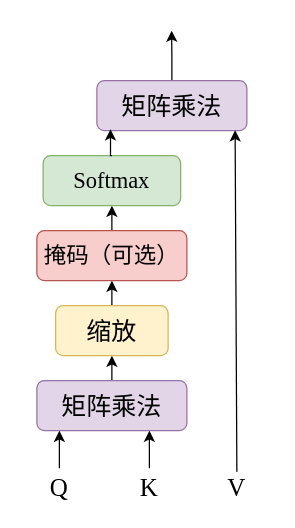
JMYok/wx_crossLearn keeps this draw.io diagram as 缩放点积注意力.drawio. Above is the earlier version. Source tidied: cells renumbered, new cells numbered last; positions are measured from the earlier drawing's top-left corner, leaving out a move shared by most shapes. Both pictures are drawn from the tidied source at 125%, with x=0, y=0 at pixel (21, 30).
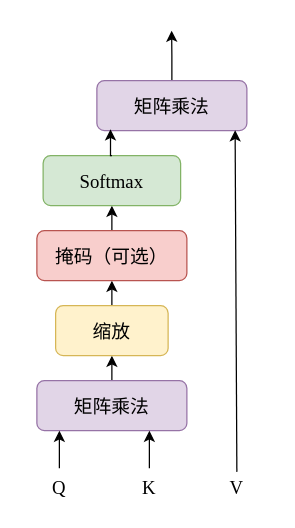
The same page after the edit.

Commit message (it also covers changes not shown here):
Update 缩放点积注意力.drawio

The edit, as a diff of the source:
```diff
@@
-    <mxCell id="3" value="矩阵乘法" style="rounded=1;whiteSpace=wrap;html=1;fontSize=20;fillColor=#e1d5e7;strokeColor=#9673a6;fontFamily=SimSun;" parent="1" vertex="1">
+    <mxCell id="3" value="矩阵乘法" style="rounded=1;whiteSpace=wrap;html=1;fontSize=15;fillColor=#e1d5e7;strokeColor=#9673a6;fontFamily=SimSun;" parent="1" vertex="1">
       <mxGeometry x="12" y="280" width="120" height="40" as="geometry" />
     </mxCell>
@@
-    <mxCell id="5" value="缩放" style="rounded=1;whiteSpace=wrap;html=1;fontSize=20;fillColor=#fff2cc;strokeColor=#d6b656;fontFamily=SimSun;" parent="1" vertex="1">
+    <mxCell id="5" value="缩放" style="rounded=1;whiteSpace=wrap;html=1;fontSize=15;fillColor=#fff2cc;strokeColor=#d6b656;fontFamily=SimSun;" parent="1" vertex="1">
       <mxGeometry x="27" y="220" width="90" height="40" as="geometry" />
     </mxCell>
@@
-    <mxCell id="7" value="掩码（可选）" style="rounded=1;whiteSpace=wrap;html=1;fontSize=18;fillColor=#f8cecc;strokeColor=#b85450;fontFamily=SimSun;" parent="1" vertex="1">
+    <mxCell id="7" value="掩码（可选）" style="rounded=1;whiteSpace=wrap;html=1;fontSize=15;fillColor=#f8cecc;strokeColor=#b85450;fontFamily=SimSun;" parent="1" vertex="1">
       <mxGeometry x="12" y="160" width="120" height="40" as="geometry" />
     </mxCell>
-    <mxCell id="8" value="Softmax" style="rounded=1;whiteSpace=wrap;html=1;fontSize=18;fontFamily=Times New Roman;fillColor=#d5e8d4;strokeColor=#82b366;" parent="1" vertex="1">
+    <mxCell id="8" value="Softmax" style="rounded=1;whiteSpace=wrap;html=1;fontSize=15;fontFamily=Times New Roman;fillColor=#d5e8d4;strokeColor=#82b366;" parent="1" vertex="1">
       <mxGeometry x="17" y="100" width="110" height="40" as="geometry" />
     </mxCell>
@@
-    <mxCell id="10" value="矩阵乘法" style="rounded=1;whiteSpace=wrap;html=1;fontSize=20;fillColor=#e1d5e7;strokeColor=#9673a6;fontFamily=SimSun;" parent="1" vertex="1">
+    <mxCell id="10" value="矩阵乘法" style="rounded=1;whiteSpace=wrap;html=1;fontSize=15;fillColor=#e1d5e7;strokeColor=#9673a6;fontFamily=SimSun;" parent="1" vertex="1">
       <mxGeometry x="60" y="40" width="120" height="40" as="geometry" />
     </mxCell>
@@
-    <mxCell id="13" value="Q" style="text;html=1;align=center;verticalAlign=middle;whiteSpace=wrap;rounded=0;fontFamily=Times New Roman;fontSize=20;" parent="1" vertex="1">
+    <mxCell id="13" value="Q" style="text;html=1;align=center;verticalAlign=middle;whiteSpace=wrap;rounded=0;fontFamily=Times New Roman;fontSize=15;" parent="1" vertex="1">
       <mxGeometry y="350" width="60" height="30" as="geometry" />
     </mxCell>
@@
-    <mxCell id="15" value="K" style="text;html=1;align=center;verticalAlign=middle;whiteSpace=wrap;rounded=0;fontFamily=Times New Roman;fontSize=20;" parent="1" vertex="1">
+    <mxCell id="15" value="K" style="text;html=1;align=center;verticalAlign=middle;whiteSpace=wrap;rounded=0;fontFamily=Times New Roman;fontSize=15;" parent="1" vertex="1">
       <mxGeometry x="72" y="350" width="60" height="30" as="geometry" />
     </mxCell>
-    <mxCell id="16" value="V" style="text;html=1;align=center;verticalAlign=middle;whiteSpace=wrap;rounded=0;fontFamily=Times New Roman;fontSize=20;" parent="1" vertex="1">
+    <mxCell id="16" value="V" style="text;html=1;align=center;verticalAlign=middle;whiteSpace=wrap;rounded=0;fontFamily=Times New Roman;fontSize=15;" parent="1" vertex="1">
       <mxGeometry x="142" y="350" width="60" height="30" as="geometry" />
     </mxCell>
```
